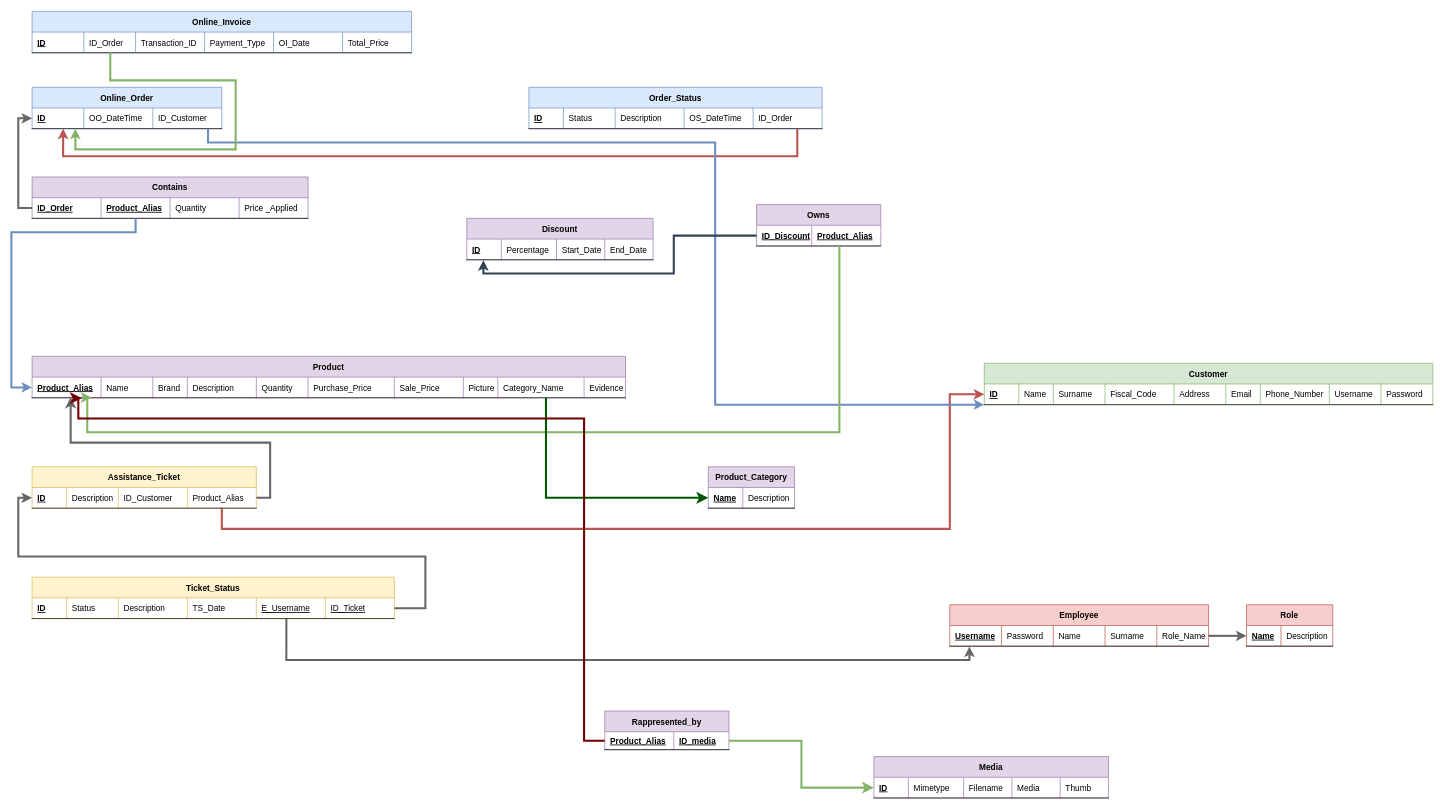
This is Homework1/Schemas/LogicRS_modified.drawio from simonebastasin/Web-Applications-Project, a draw.io file, before an edit. Source tidied: cells renumbered, new cells numbered last; positions are measured from the earlier drawing's top-left corner, leaving out a move shared by most shapes. Both pictures are drawn from the tidied source at 69%, with x=0, y=0 at pixel (11, 11).
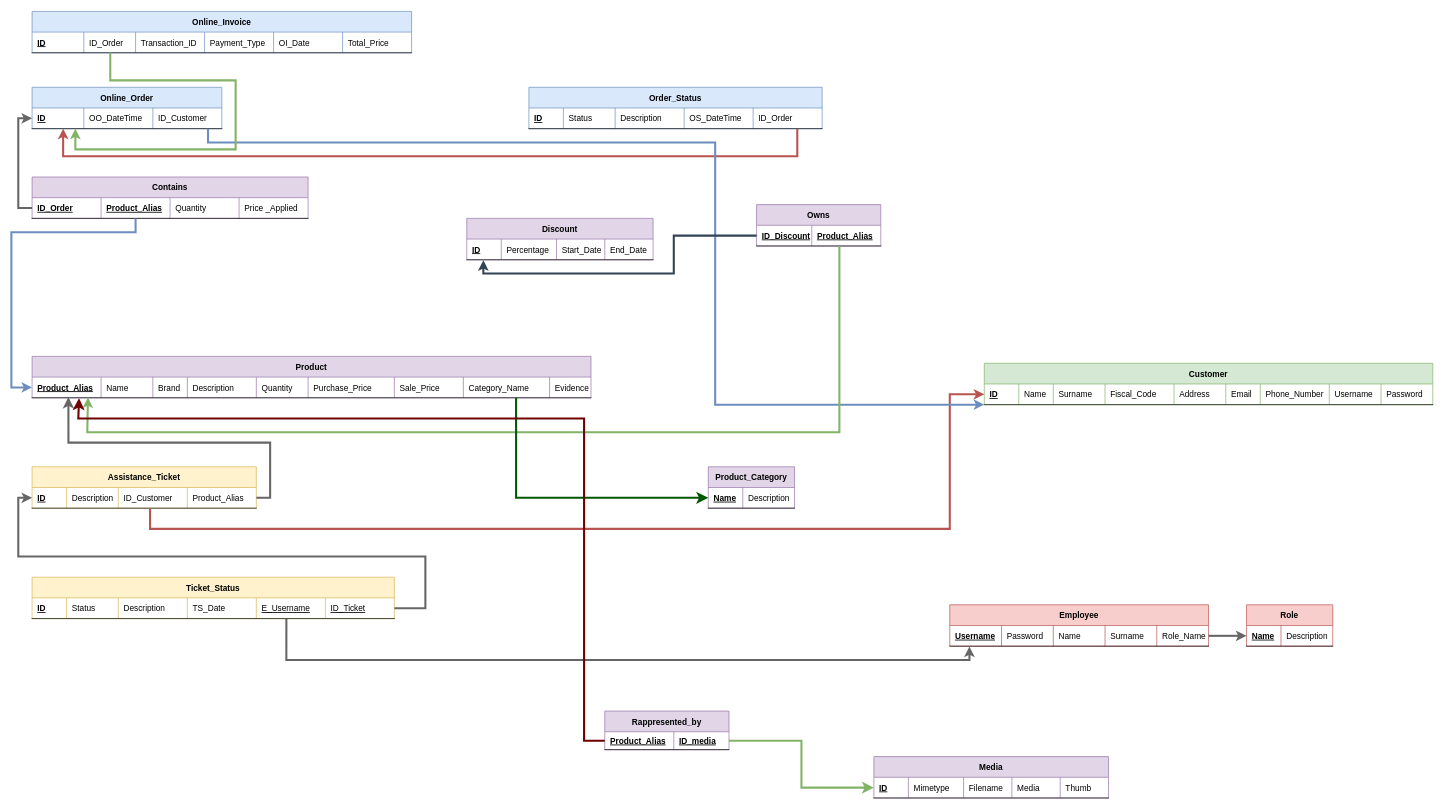
The same diagram, later.

The change refers to these unchanged cells:
```xml
<mxCell id="3" style="shape=partialRectangle;fillColor=none;top=0;left=0;bottom=1;right=0;points=[[0,0.5],[1,0.5]];portConstraint=eastwest;" parent="2" vertex="1">
  <mxGeometry y="30" width="650" height="30" as="geometry" />
</mxCell>
<mxCell id="14" style="shape=partialRectangle;fillColor=none;top=0;left=0;bottom=1;right=0;points=[[0,0.5],[1,0.5]];portConstraint=eastwest;" parent="13" vertex="1">
  <mxGeometry y="30" width="325" height="30" as="geometry" />
</mxCell>
```

The edit, as a diff of the source:
```diff
@@
     <mxCell id="27" value="Product" style="shape=table;startSize=30;childLayout=tableLayout;rowLines=0;fontStyle=1;align=center;fillColor=#e1d5e7;strokeColor=#9673a6;" parent="1" vertex="1">
-      <mxGeometry x="30" y="500" width="860" height="60" as="geometry" />
+      <mxGeometry x="30" y="500" width="810" height="60" as="geometry" />
     </mxCell>
     <mxCell id="28" style="shape=partialRectangle;fillColor=none;top=0;left=0;bottom=1;right=0;points=[[0,0.5],[1,0.5]];portConstraint=eastwest;" parent="27" vertex="1">
-      <mxGeometry y="30" width="860" height="30" as="geometry" />
+      <mxGeometry y="30" width="810" height="30" as="geometry" />
     </mxCell>
@@
-    <mxCell id="36" value="Picture" style="shape=partialRectangle;fillColor=none;top=0;left=0;bottom=0;right=0;align=left;spacingLeft=6;fontStyle=0;overflow=hidden;" parent="28" vertex="1">
-      <mxGeometry x="625" width="50" height="30" as="geometry" />
-    </mxCell>
     <mxCell id="37" value="Category_Name" style="shape=partialRectangle;fillColor=none;top=0;left=0;bottom=0;right=0;align=left;spacingLeft=6;fontStyle=0;overflow=hidden;" parent="28" vertex="1">
-      <mxGeometry x="675" width="125" height="30" as="geometry" />
+      <mxGeometry x="625" width="125" height="30" as="geometry" />
     </mxCell>
     <mxCell id="38" value="Evidence" style="shape=partialRectangle;fillColor=none;top=0;left=0;bottom=0;right=0;align=left;spacingLeft=6;fontStyle=0;overflow=hidden;" parent="28" vertex="1">
-      <mxGeometry x="800" width="60" height="30" as="geometry" />
+      <mxGeometry x="750" width="60" height="30" as="geometry" />
     </mxCell>
@@
-    <mxCell id="55" style="edgeStyle=orthogonalEdgeStyle;rounded=0;jettySize=auto;html=1;entryX=0;entryY=0.5;entryDx=0;entryDy=0;fillColor=#f8cecc;strokeColor=#b85450;strokeWidth=3;" parent="1" edge="1" target="3">
+    <mxCell id="55" style="edgeStyle=orthogonalEdgeStyle;rounded=0;jettySize=auto;html=1;entryX=0;entryY=0.5;entryDx=0;entryDy=0;fillColor=#f8cecc;strokeColor=#b85450;strokeWidth=3;exitX=0.526;exitY=1.042;exitDx=0;exitDy=0;exitPerimeter=0;" parent="1" edge="1" source="14" target="3">
       <mxGeometry relative="1" as="geometry">
-        <mxPoint x="305" y="719" as="sourcePoint" />
         <Array as="points">
-          <mxPoint x="305" y="750" />
+          <mxPoint x="201" y="750" />
           <mxPoint x="1360" y="750" />
           <mxPoint x="1360" y="555" />
         </Array>
       </mxGeometry>
     </mxCell>
```
